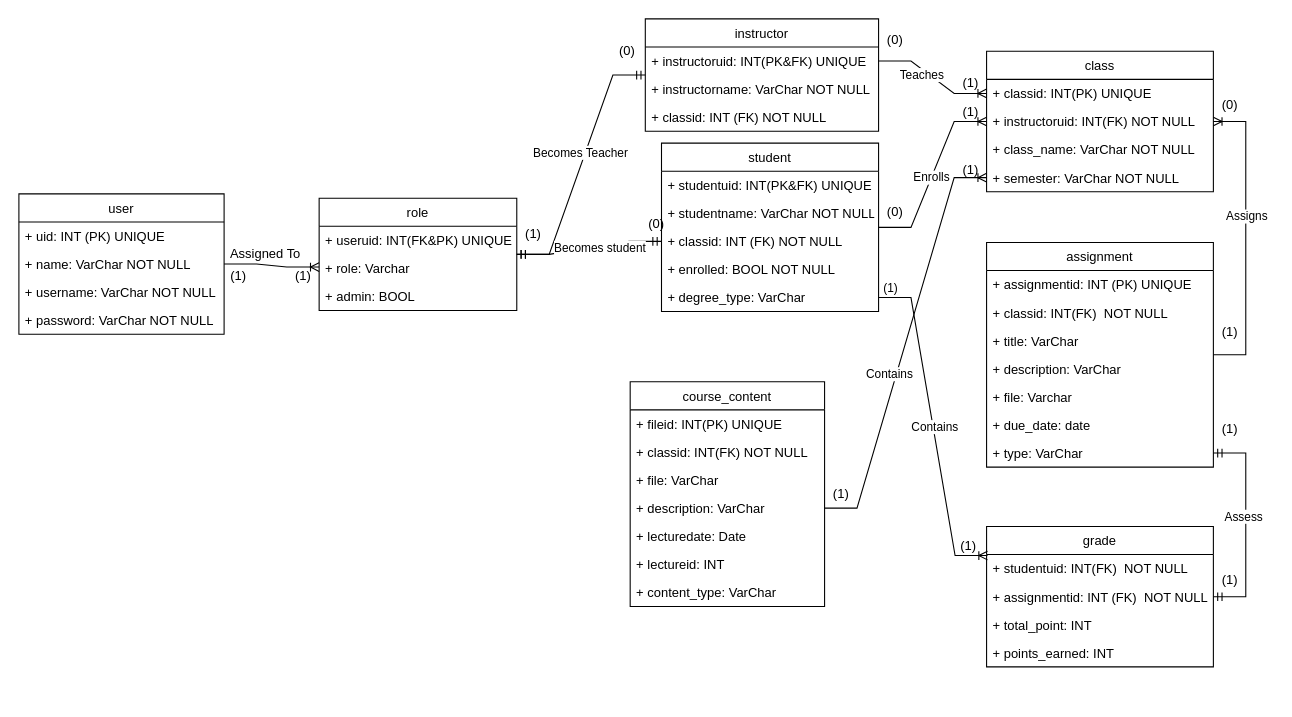
Earlier version of the draw.io diagram logicalDiagram.drawio (CS480UIC/cs480-final-project-class_information). Source tidied: cells renumbered, new cells numbered last; positions are measured from the earlier drawing's top-left corner, leaving out a move shared by most shapes. Both pictures are drawn from the tidied source at 108%, with x=0, y=0 at pixel (18, 18).
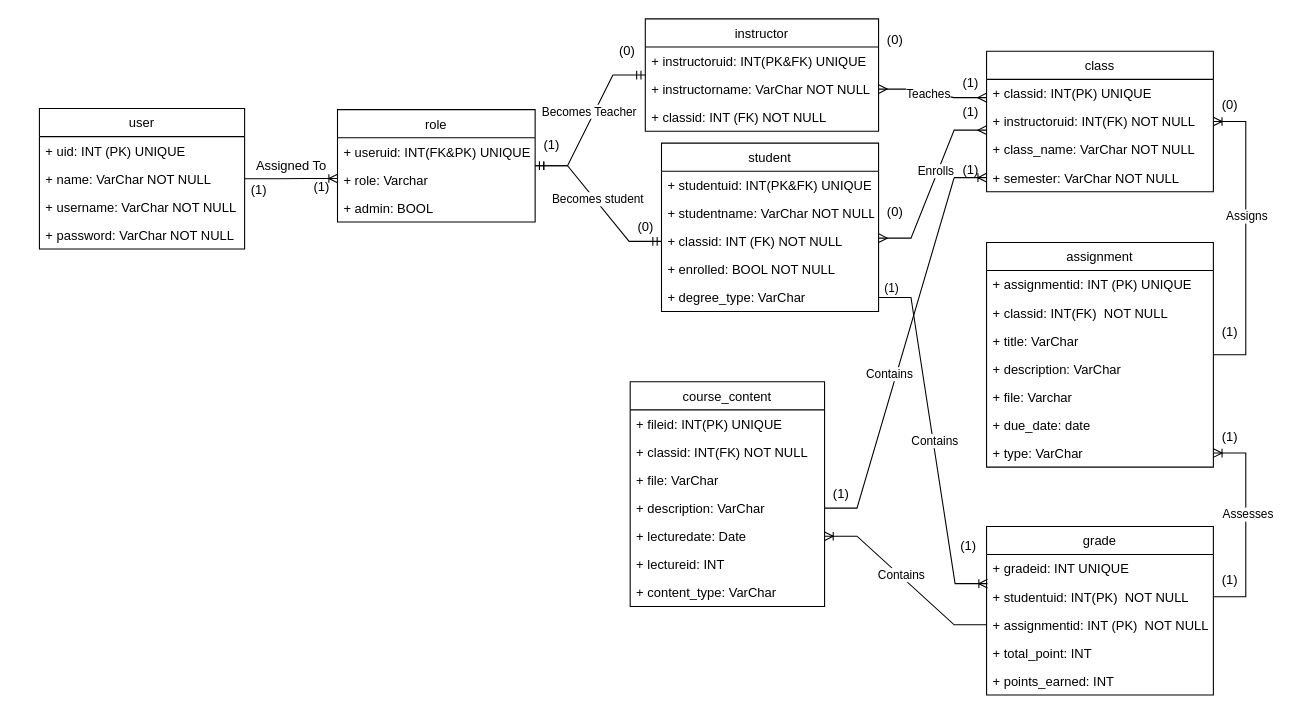
The same diagram, later.

Unchanged cells that the change refers to:
```xml
<mxCell id="11" value="student" style="swimlane;fontStyle=0;horizontal=1;startSize=26;fillColor=none;" parent="1" vertex="1">
  <mxGeometry x="595" y="115" width="201" height="156" as="geometry" />
</mxCell>
<mxCell id="17" value="class" style="swimlane;fontStyle=0;horizontal=1;startSize=26;fillColor=none;" parent="1" vertex="1">
  <mxGeometry x="896" y="30" width="210" height="130" as="geometry" />
</mxCell>
<mxCell id="18" value="+ classid: INT(PK) UNIQUE" style="text;strokeColor=none;fillColor=none;align=left;verticalAlign=top;spacingLeft=4;spacingRight=4;overflow=hidden;points=[[0,0.5],[1,0.5]];portConstraint=eastwest;" parent="17" vertex="1">
  <mxGeometry y="26" width="210" height="26" as="geometry" />
</mxCell>
<mxCell id="23" value="+ instructoruid: INT(PK&amp;FK) UNIQUE&#10;" style="text;strokeColor=none;fillColor=none;align=left;verticalAlign=top;spacingLeft=4;spacingRight=4;overflow=hidden;points=[[0,0.5],[1,0.5]];portConstraint=eastwest;" parent="22" vertex="1">
  <mxGeometry y="26" width="216" height="26" as="geometry" />
</mxCell>
<mxCell id="24" value="+ instructorname: VarChar NOT NULL&#10;" style="text;strokeColor=none;fillColor=none;align=left;verticalAlign=top;spacingLeft=4;spacingRight=4;overflow=hidden;points=[[0,0.5],[1,0.5]];portConstraint=eastwest;" parent="22" vertex="1">
  <mxGeometry y="52" width="216" height="26" as="geometry" />
</mxCell>
<mxCell id="33" value="+ type: VarChar" style="text;strokeColor=none;fillColor=none;align=left;verticalAlign=top;spacingLeft=4;spacingRight=4;overflow=hidden;points=[[0,0.5],[1,0.5]];portConstraint=eastwest;" parent="26" vertex="1">
  <mxGeometry y="182" width="210" height="26" as="geometry" />
</mxCell>
<mxCell id="44" value="+ lecturedate: Date" style="text;strokeColor=none;fillColor=none;align=left;verticalAlign=top;spacingLeft=4;spacingRight=4;overflow=hidden;points=[[0,0.5],[1,0.5]];portConstraint=eastwest;" parent="39" vertex="1">
  <mxGeometry y="130" width="180" height="26" as="geometry" />
</mxCell>
<mxCell id="50" style="edgeStyle=entityRelationEdgeStyle;fontSize=12;html=1;endArrow=ERmandOne;startArrow=ERmandOne;rounded=0;entryX=0;entryY=0.5;entryDx=0;entryDy=0;" parent="1" edge="1" source="7" target="14">
  <mxGeometry relative="1" as="geometry" />
</mxCell>
```

The edit, as a diff of the source:
```diff
@@
     <mxCell id="2" value="user" style="swimlane;fontStyle=0;horizontal=1;startSize=26;fillColor=none;" parent="1" vertex="1">
-      <mxGeometry y="162" width="190" height="130" as="geometry" />
+      <mxGeometry x="19" y="83" width="190" height="130" as="geometry" />
     </mxCell>
@@
     <mxCell id="7" value="role" style="swimlane;fontStyle=0;horizontal=1;startSize=26;fillColor=none;" parent="1" vertex="1">
-      <mxGeometry x="278" y="166" width="183" height="104" as="geometry" />
+      <mxGeometry x="295" y="84" width="183" height="104" as="geometry" />
     </mxCell>
@@
     <mxCell id="34" value="grade" style="swimlane;fontStyle=0;horizontal=1;startSize=26;fillColor=none;" parent="1" vertex="1">
-      <mxGeometry x="896" y="470" width="210" height="130" as="geometry" />
+      <mxGeometry x="896" y="470" width="210" height="156" as="geometry" />
     </mxCell>
+    <mxCell id="82" value="+ gradeid: INT UNIQUE" style="text;strokeColor=none;fillColor=none;align=left;verticalAlign=top;spacingLeft=4;spacingRight=4;overflow=hidden;" parent="34" vertex="1">
+      <mxGeometry y="26" width="210" height="26" as="geometry" />
+    </mxCell>
-    <mxCell id="35" value="+ studentuid: INT(FK)  NOT NULL" style="text;strokeColor=none;fillColor=none;align=left;verticalAlign=top;spacingLeft=4;spacingRight=4;overflow=hidden;points=[[0,0.5],[1,0.5]];portConstraint=eastwest;" parent="34" vertex="1">
-      <mxGeometry y="26" width="210" height="26" as="geometry" />
+    <mxCell id="35" value="+ studentuid: INT(PK)  NOT NULL" style="text;strokeColor=none;fillColor=none;align=left;verticalAlign=top;spacingLeft=4;spacingRight=4;overflow=hidden;points=[[0,0.5],[1,0.5]];portConstraint=eastwest;" parent="34" vertex="1">
+      <mxGeometry y="52" width="210" height="26" as="geometry" />
     </mxCell>
-    <mxCell id="36" value="+ assignmentid: INT (FK)  NOT NULL" style="text;strokeColor=none;fillColor=none;align=left;verticalAlign=top;spacingLeft=4;spacingRight=4;overflow=hidden;points=[[0,0.5],[1,0.5]];portConstraint=eastwest;" parent="34" vertex="1">
-      <mxGeometry y="52" width="210" height="26" as="geometry" />
+    <mxCell id="36" value="+ assignmentid: INT (PK)  NOT NULL" style="text;strokeColor=none;fillColor=none;align=left;verticalAlign=top;spacingLeft=4;spacingRight=4;overflow=hidden;points=[[0,0.5],[1,0.5]];portConstraint=eastwest;" parent="34" vertex="1">
+      <mxGeometry y="78" width="210" height="26" as="geometry" />
     </mxCell>
     <mxCell id="37" value="+ total_point: INT" style="text;strokeColor=none;fillColor=none;align=left;verticalAlign=top;spacingLeft=4;spacingRight=4;overflow=hidden;" parent="34" vertex="1">
-      <mxGeometry y="78" width="210" height="26" as="geometry" />
+      <mxGeometry y="104" width="210" height="26" as="geometry" />
     </mxCell>
     <mxCell id="38" value="+ points_earned: INT" style="text;strokeColor=none;fillColor=none;align=left;verticalAlign=top;spacingLeft=4;spacingRight=4;overflow=hidden;" parent="34" vertex="1">
-      <mxGeometry y="104" width="210" height="26" as="geometry" />
+      <mxGeometry y="130" width="210" height="26" as="geometry" />
     </mxCell>
@@
     <mxCell id="47" style="edgeStyle=entityRelationEdgeStyle;fontSize=12;html=1;endArrow=ERoneToMany;rounded=0;entryX=1;entryY=0.64;entryDx=0;entryDy=0;entryPerimeter=0;" parent="1" edge="1" source="2">
       <mxGeometry relative="1" as="geometry">
-        <mxPoint x="278" y="229.8" as="targetPoint" />
+        <mxPoint x="295" y="147.8" as="targetPoint" />
       </mxGeometry>
     </mxCell>
@@
     <mxCell id="51" value="Becomes student" style="edgeLabel;html=1;align=center;verticalAlign=middle;" parent="50" vertex="1">
       <mxGeometry x="0.17" y="-1" relative="1" as="geometry">
-        <mxPoint x="-2" as="offset" />
+        <mxPoint x="-8" y="-15" as="offset" />
       </mxGeometry>
     </mxCell>
-    <mxCell id="52" style="edgeStyle=entityRelationEdgeStyle;fontSize=12;html=1;endArrow=ERoneToMany;rounded=0;" parent="1" edge="1" source="11" target="17">
-      <mxGeometry relative="1" as="geometry" />
-    </mxCell>
-    <mxCell id="53" value="Enrolls" style="edgeLabel;html=1;align=center;verticalAlign=middle;" parent="52" vertex="1">
-      <mxGeometry x="-0.04" relative="1" as="geometry" />
-    </mxCell>
-    <mxCell id="54" style="edgeStyle=entityRelationEdgeStyle;fontSize=12;html=1;endArrow=ERoneToMany;rounded=0;exitX=1;exitY=0.5;exitDx=0;exitDy=0;entryX=0;entryY=0.5;entryDx=0;entryDy=0;" parent="1" edge="1" source="23" target="18">
-      <mxGeometry relative="1" as="geometry" />
-    </mxCell>
-    <mxCell id="55" value="Teaches" style="edgeLabel;html=1;align=center;verticalAlign=middle;" parent="54" vertex="1">
-      <mxGeometry x="-0.18" y="-4" relative="1" as="geometry" />
-    </mxCell>
-    <mxCell id="56" style="edgeStyle=entityRelationEdgeStyle;fontSize=12;html=1;endArrow=ERmandOne;startArrow=ERmandOne;rounded=0;entryX=1;entryY=0.5;entryDx=0;entryDy=0;" parent="1" edge="1" source="34" target="33">
-      <mxGeometry relative="1" as="geometry" />
-    </mxCell>
-    <mxCell id="57" value="Assess" style="edgeLabel;html=1;align=center;verticalAlign=middle;" parent="56" vertex="1">
-      <mxGeometry x="0.09" y="3" relative="1" as="geometry" />
-    </mxCell>
@@
     <mxCell id="60" value="(1)" style="text;html=1;align=center;verticalAlign=middle;strokeColor=none;fillColor=none;" parent="1" vertex="1">
-      <mxGeometry x="188" y="228" width="30" height="20" as="geometry" />
+      <mxGeometry x="207" y="149" width="30" height="20" as="geometry" />
     </mxCell>
     <mxCell id="61" value="(1)" style="text;html=1;align=center;verticalAlign=middle;strokeColor=none;fillColor=none;" parent="1" vertex="1">
-      <mxGeometry x="248" y="228" width="30" height="20" as="geometry" />
+      <mxGeometry x="265" y="146" width="30" height="20" as="geometry" />
     </mxCell>
     <mxCell id="62" value="(1)" style="text;html=1;align=center;verticalAlign=middle;strokeColor=none;fillColor=none;" parent="1" vertex="1">
-      <mxGeometry x="461" y="189" width="30" height="20" as="geometry" />
+      <mxGeometry x="478" y="107" width="30" height="20" as="geometry" />
     </mxCell>
@@
     <mxCell id="64" value="(0)" style="text;html=1;align=center;verticalAlign=middle;strokeColor=none;fillColor=none;" parent="1" vertex="1">
-      <mxGeometry x="575" y="180" width="30" height="20" as="geometry" />
+      <mxGeometry x="565" y="183" width="30" height="20" as="geometry" />
     </mxCell>
@@
     <mxCell id="71" value="(1)" style="text;html=1;align=center;verticalAlign=middle;strokeColor=none;fillColor=none;" parent="1" vertex="1">
-      <mxGeometry x="1106" y="370" width="30" height="20" as="geometry" />
+      <mxGeometry x="1106" y="377" width="30" height="20" as="geometry" />
     </mxCell>
@@
     <mxCell id="79" value="Assigned To" style="text;html=1;align=center;verticalAlign=middle;strokeColor=none;fillColor=none;" parent="1" vertex="1">
-      <mxGeometry x="188" y="208" width="80" height="20" as="geometry" />
+      <mxGeometry x="212" y="126" width="80" height="20" as="geometry" />
     </mxCell>
@@
+    <mxCell id="83" style="edgeStyle=entityRelationEdgeStyle;fontSize=12;html=1;endArrow=ERmany;startArrow=ERmany;rounded=0;" parent="1" edge="1">
+      <mxGeometry relative="1" as="geometry">
+        <mxPoint x="796" y="203" as="sourcePoint" />
+        <mxPoint x="896" y="103" as="targetPoint" />
+      </mxGeometry>
+    </mxCell>
+    <mxCell id="53" value="Enrolls" style="edgeLabel;html=1;align=center;verticalAlign=middle;" parent="83" vertex="1">
+      <mxGeometry x="0.09" relative="1" as="geometry">
+        <mxPoint y="-6" as="offset" />
+      </mxGeometry>
+    </mxCell>
+    <mxCell id="84" style="edgeStyle=entityRelationEdgeStyle;fontSize=12;html=1;endArrow=ERmany;startArrow=ERmany;rounded=0;entryX=1.125;entryY=-0.255;entryDx=0;entryDy=0;entryPerimeter=0;exitX=1;exitY=0.5;exitDx=0;exitDy=0;" parent="1" edge="1" source="24">
+      <mxGeometry relative="1" as="geometry">
+        <mxPoint x="895.8" y="72.9" as="targetPoint" />
+      </mxGeometry>
+    </mxCell>
+    <mxCell id="55" value="Teaches" style="edgeLabel;html=1;align=center;verticalAlign=middle;" parent="84" vertex="1">
+      <mxGeometry x="-0.08" y="-1" relative="1" as="geometry" />
+    </mxCell>
+    <mxCell id="85" style="edgeStyle=entityRelationEdgeStyle;fontSize=12;html=1;endArrow=ERoneToMany;rounded=0;exitX=1;exitY=0.5;exitDx=0;exitDy=0;entryX=1;entryY=0.5;entryDx=0;entryDy=0;endFill=0;" parent="1" edge="1" source="35" target="33">
+      <mxGeometry relative="1" as="geometry" />
+    </mxCell>
+    <mxCell id="86" value="Assesses" style="edgeLabel;html=1;align=center;verticalAlign=middle;" parent="85" vertex="1">
+      <mxGeometry x="0.04" y="-1" relative="1" as="geometry">
+        <mxPoint y="-7" as="offset" />
+      </mxGeometry>
+    </mxCell>
+    <mxCell id="87" style="edgeStyle=entityRelationEdgeStyle;fontSize=12;html=1;endArrow=ERoneToMany;rounded=0;entryX=1;entryY=0.5;entryDx=0;entryDy=0;exitX=0;exitY=0.5;exitDx=0;exitDy=0;" parent="1" edge="1" source="36" target="44">
+      <mxGeometry relative="1" as="geometry" />
+    </mxCell>
+    <mxCell id="88" value="Contains" style="edgeLabel;html=1;align=center;verticalAlign=middle;" parent="87" vertex="1">
+      <mxGeometry x="0.08" y="-1" relative="1" as="geometry" />
+    </mxCell>
```
